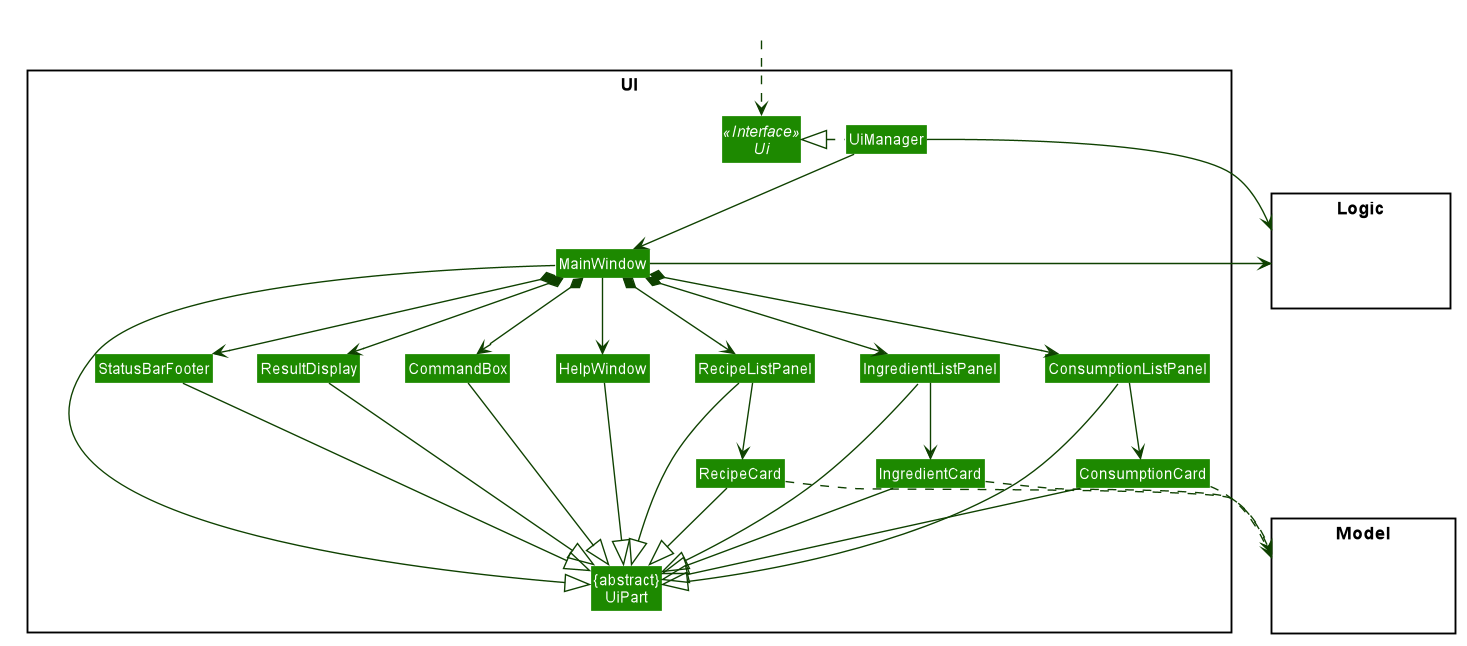
nus-cs2103-AY2021S1/tp keeps this PlantUML diagram as docs/images/UiClassDiagram.png. Above is the earlier version. Its diagram source:
```plantuml
@startuml








skinparam BackgroundColor #FFFFFFF

skinparam Shadowing false

skinparam Class {
    FontColor #FFFFFF
    BorderThickness 1
    BorderColor #FFFFFF
    StereotypeFontColor #FFFFFF
    FontName Arial
}

skinparam Actor {
    BorderColor #000000
    Color #000000
    FontName Arial
}

skinparam Sequence {
    MessageAlign center
    BoxFontSize 15
    BoxPadding 0
    BoxFontColor #FFFFFF
    FontName Arial
}

skinparam Participant {
    FontColor #FFFFFFF
    Padding 20
}

skinparam MinClassWidth 50
skinparam ParticipantPadding 10
skinparam Shadowing false
skinparam DefaultTextAlignment center
skinparam packageStyle Rectangle

hide footbox
hide members
hide circle
skinparam arrowThickness 1.1
skinparam arrowColor #0E4100
skinparam classBackgroundColor #1D8900

package UI <<Rectangle>>{
Interface Ui <<Interface>>
Class "{abstract}\nUiPart" as UiPart
Class UiManager
Class MainWindow
Class HelpWindow
Class ResultDisplay
Class RecipeListPanel
Class RecipeCard
Class IngredientListPanel
Class IngredientCard
Class ConsumptionListPanel
Class ConsumptionCard
Class StatusBarFooter
Class CommandBox
}

package Model <<Rectangle>> {
Class HiddenModel #FFFFFF
}

package Logic <<Rectangle>> {
Class HiddenLogic #FFFFFF
}

Class HiddenOutside #FFFFFF
HiddenOutside ..> Ui

UiManager .left.|> Ui
UiManager -down-> MainWindow
MainWindow --> HelpWindow
MainWindow *-down-> CommandBox
MainWindow *-down-> ResultDisplay
MainWindow *-down-> RecipeListPanel
MainWindow *-down-> ConsumptionListPanel
MainWindow *-down-> IngredientListPanel
MainWindow *-down-> StatusBarFooter

RecipeListPanel -down-> RecipeCard

MainWindow -left-|> UiPart

ResultDisplay --|> UiPart
CommandBox --|> UiPart
RecipeListPanel --|> UiPart
RecipeCard --|> UiPart
IngredientCard --|> UiPart
IngredientListPanel --|> UiPart
ConsumptionCard --|> UiPart
ConsumptionListPanel --|> UiPart
StatusBarFooter --|> UiPart
HelpWindow -down-|> UiPart

IngredientListPanel --> IngredientCard
ConsumptionListPanel --> ConsumptionCard

RecipeCard ..> Model
ConsumptionCard ..> Model
IngredientCard ..> Model
UiManager -right-> Logic
MainWindow -left-> Logic

RecipeListPanel -[hidden]left- HelpWindow
HelpWindow -[hidden]left- CommandBox
CommandBox -[hidden]left- ResultDisplay
ResultDisplay -[hidden]left- StatusBarFooter

MainWindow -[hidden]-|> UiPart
@enduml
```
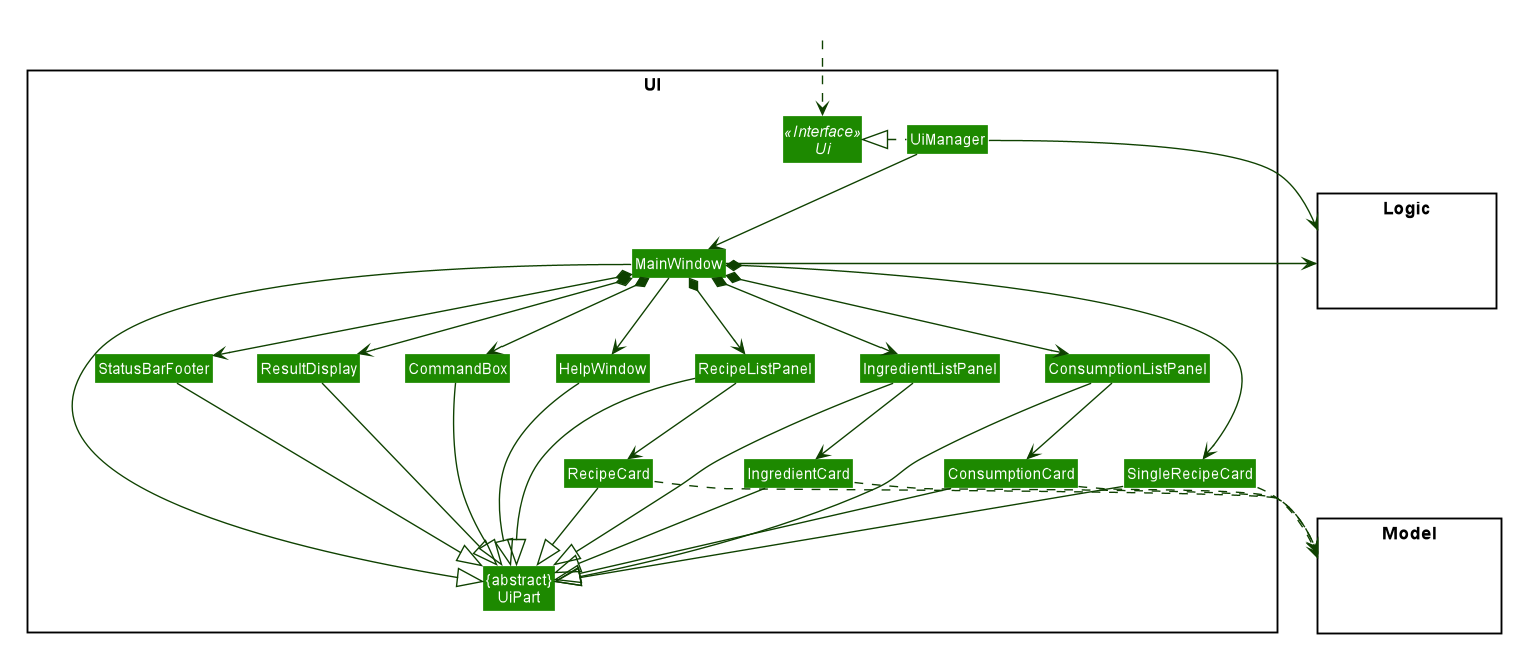
The same file after the commit.

Change to the diagram source:
```diff
@@ -62,6 +62,7 @@
 Class RecipeCard
 Class IngredientListPanel
 Class IngredientCard
+Class SingleRecipeCard
 Class ConsumptionListPanel
 Class ConsumptionCard
 Class StatusBarFooter
@@ -88,6 +89,7 @@
 MainWindow *-down-> ConsumptionListPanel
 MainWindow *-down-> IngredientListPanel
 MainWindow *-down-> StatusBarFooter
+MainWindow *-down-> SingleRecipeCard
 
 RecipeListPanel -down-> RecipeCard
 
@@ -99,6 +101,7 @@
 RecipeCard --|> UiPart
 IngredientCard --|> UiPart
 IngredientListPanel --|> UiPart
+SingleRecipeCard --|> UiPart
 ConsumptionCard --|> UiPart
 ConsumptionListPanel --|> UiPart
 StatusBarFooter --|> UiPart
@@ -110,6 +113,7 @@
 RecipeCard ..> Model
 ConsumptionCard ..> Model
 IngredientCard ..> Model
+SingleRecipeCard ..> Model
 UiManager -right-> Logic
 MainWindow -left-> Logic
 
```
